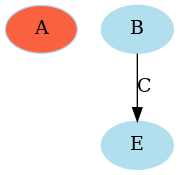
Above: unix.gv.png in augusto99-dev/IA_Aestrella (Graphviz), before the change. Its source is kept beside it as unix.gv. The source it was exported from:
```dot
digraph unix {
	node [color=lightblue2 style=filled]
	size="6,6"
	A [fillcolor="#F96141"]
	B -> E [label=C]
}
```
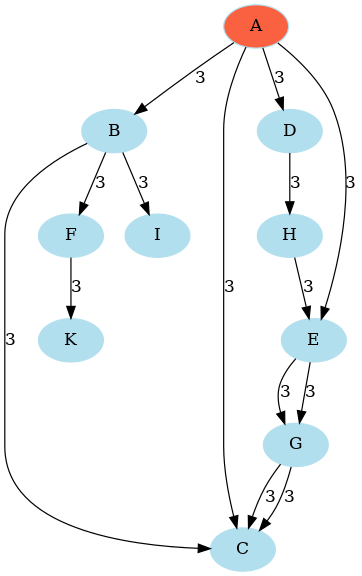
After the commit.

The edit, as a diff of the source:
```diff
@@ -2,5 +2,18 @@
 	node [color=lightblue2 style=filled]
 	size="6,6"
 	A [fillcolor="#F96141"]
-	B -> E [label=C]
+	A -> B [label=3]
+	A -> C [label=3]
+	A -> D [label=3]
+	A -> E [label=3]
+	D -> H [label=3]
+	E -> G [label=3]
+	G -> C [label=3]
+	H -> E [label=3]
+	B -> C [label=3]
+	B -> F [label=3]
+	B -> I [label=3]
+	E -> G [label=3]
+	F -> K [label=3]
+	G -> C [label=3]
 }
```
